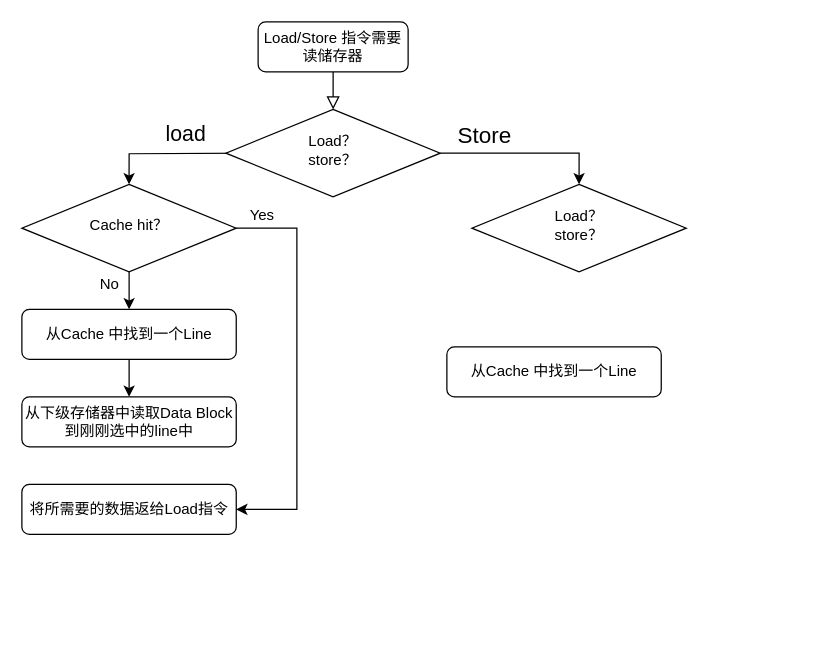
luqiang-guo/note keeps this draw.io diagram as cpu/写通.drawio. Above is the earlier version. Source tidied: cells renumbered, new cells numbered last; positions are measured from the earlier drawing's top-left corner, leaving out a move shared by most shapes. Both pictures are drawn from the tidied source at 125%, with x=0, y=0 at pixel (21, 21).
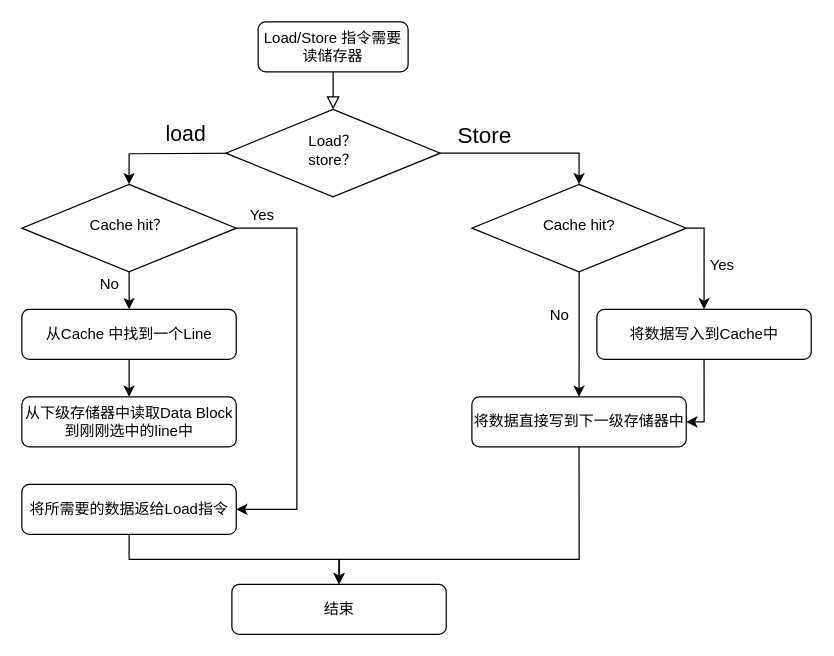
The same page after the edit.

The change refers to these unchanged cells:
```xml
<mxCell id="16" value="将所需要的数据返给Load指令" style="rounded=1;whiteSpace=wrap;html=1;fontSize=12;glass=0;strokeWidth=1;shadow=0;" parent="1" vertex="1">
  <mxGeometry y="370" width="171.5" height="40" as="geometry" />
</mxCell>
```

The edit, as a diff of the source:
```diff
@@
+    <mxCell id="20" style="edgeStyle=orthogonalEdgeStyle;rounded=0;jettySize=auto;html=1;entryX=0.5;entryY=0;entryDx=0;entryDy=0;" parent="1" edge="1" source="9" target="25">
+      <mxGeometry relative="1" as="geometry" />
+    </mxCell>
+    <mxCell id="21" style="edgeStyle=orthogonalEdgeStyle;rounded=0;jettySize=auto;html=1;entryX=0.5;entryY=0;entryDx=0;entryDy=0;" parent="1" edge="1" source="9" target="19">
+      <mxGeometry relative="1" as="geometry">
+        <Array as="points">
+          <mxPoint x="546" y="165" />
+        </Array>
+      </mxGeometry>
+    </mxCell>
-    <mxCell id="9" value="Load？&lt;br&gt;store？" style="rhombus;whiteSpace=wrap;html=1;shadow=0;fontFamily=Helvetica;fontSize=12;align=center;strokeWidth=1;spacing=6;spacingTop=-4;" parent="1" vertex="1">
+    <mxCell id="9" value="Cache hit?" style="rhombus;whiteSpace=wrap;html=1;shadow=0;fontFamily=Helvetica;fontSize=12;align=center;strokeWidth=1;spacing=6;spacingTop=-4;" parent="1" vertex="1">
       <mxGeometry x="360" y="130" width="171.5" height="70" as="geometry" />
     </mxCell>
@@
+    <mxCell id="22" style="edgeStyle=orthogonalEdgeStyle;rounded=0;jettySize=auto;html=1;entryX=0.5;entryY=0;entryDx=0;entryDy=0;" parent="1" edge="1" source="16" target="28">
+      <mxGeometry relative="1" as="geometry" />
+    </mxCell>
@@
+    <mxCell id="23" style="edgeStyle=orthogonalEdgeStyle;rounded=0;jettySize=auto;html=1;exitX=0.5;exitY=1;exitDx=0;exitDy=0;entryX=1;entryY=0.5;entryDx=0;entryDy=0;" parent="1" edge="1" source="19" target="25">
+      <mxGeometry relative="1" as="geometry">
+        <Array as="points">
+          <mxPoint x="546" y="320" />
+        </Array>
+      </mxGeometry>
+    </mxCell>
-    <mxCell id="19" value="从Cache 中找到一个Line" style="rounded=1;whiteSpace=wrap;html=1;fontSize=12;glass=0;strokeWidth=1;shadow=0;" parent="1" vertex="1">
-      <mxGeometry x="340" y="260" width="171.5" height="40" as="geometry" />
+    <mxCell id="19" value="将数据写入到Cache中" style="rounded=1;whiteSpace=wrap;html=1;fontSize=12;glass=0;strokeWidth=1;shadow=0;" parent="1" vertex="1">
+      <mxGeometry x="460" y="230" width="171.5" height="40" as="geometry" />
     </mxCell>
+    <mxCell id="24" style="edgeStyle=orthogonalEdgeStyle;rounded=0;jettySize=auto;html=1;entryX=0.5;entryY=0;entryDx=0;entryDy=0;exitX=0.5;exitY=1;exitDx=0;exitDy=0;" parent="1" edge="1" source="25" target="28">
+      <mxGeometry relative="1" as="geometry">
+        <Array as="points">
+          <mxPoint x="446" y="430" />
+          <mxPoint x="254" y="430" />
+        </Array>
+      </mxGeometry>
+    </mxCell>
+    <mxCell id="25" value="将数据直接写到下一级存储器中" style="rounded=1;whiteSpace=wrap;html=1;fontSize=12;glass=0;strokeWidth=1;shadow=0;" parent="1" vertex="1">
+      <mxGeometry x="360" y="300" width="171.5" height="40" as="geometry" />
+    </mxCell>
+    <mxCell id="26" value="No" style="text;html=1;align=center;verticalAlign=middle;strokeColor=none;fillColor=none;" parent="1" vertex="1">
+      <mxGeometry x="410" y="220" width="40" height="30" as="geometry" />
+    </mxCell>
+    <mxCell id="27" value="Yes" style="text;html=1;align=center;verticalAlign=middle;strokeColor=none;fillColor=none;" parent="1" vertex="1">
+      <mxGeometry x="540" y="180" width="40" height="30" as="geometry" />
+    </mxCell>
+    <mxCell id="28" value="结束" style="rounded=1;whiteSpace=wrap;html=1;fontSize=12;glass=0;strokeWidth=1;shadow=0;" parent="1" vertex="1">
+      <mxGeometry x="168" y="450" width="171.5" height="40" as="geometry" />
+    </mxCell>
```
